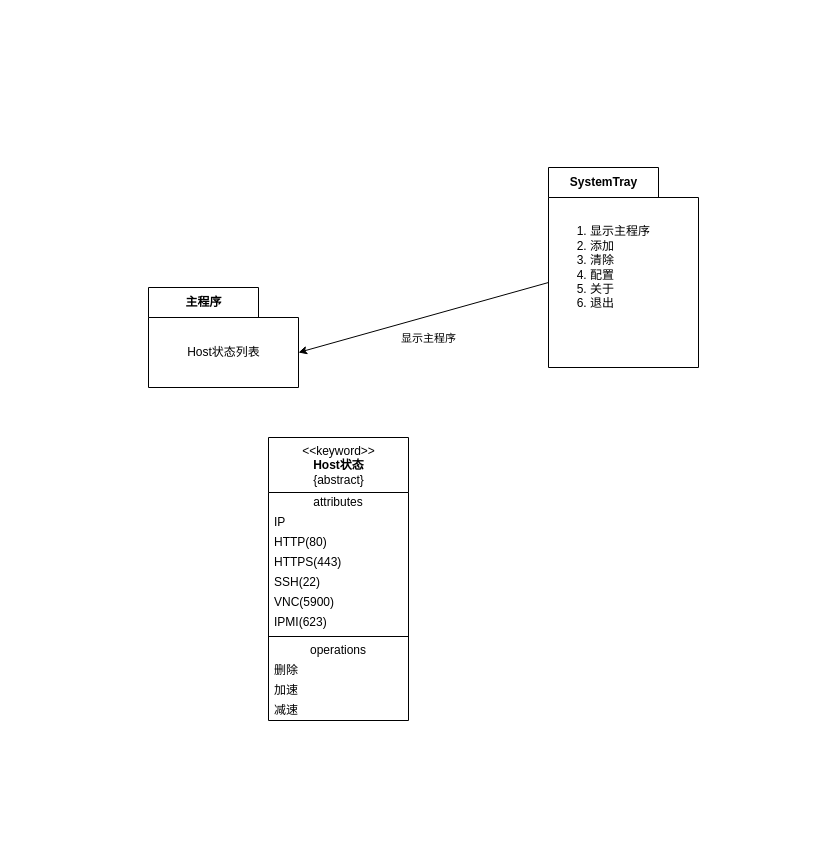
Above: doc/design.drawio in JeffLi01/monitorhosts (draw.io), before the change. Source tidied: cells renumbered, new cells numbered last; positions are measured from the earlier drawing's top-left corner, leaving out a move shared by most shapes. Both pictures are drawn from the tidied source at 100%, with x=0, y=0 at pixel (148, 167).
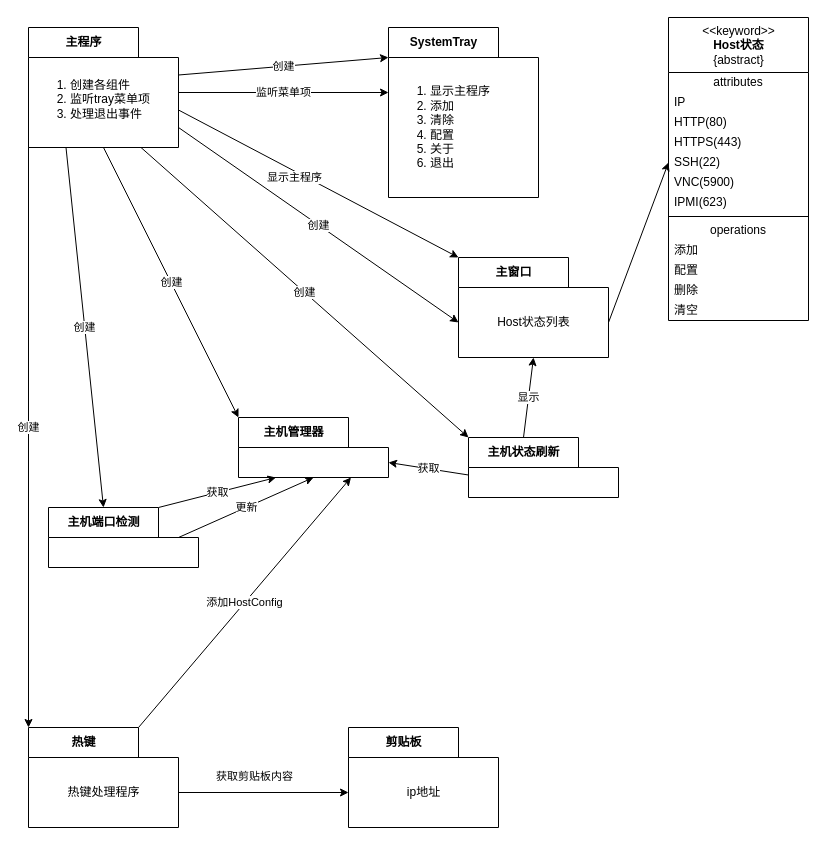
The same diagram, later.

Unchanged cells that the change refers to:
```xml
<mxCell id="13" value="SSH(22)" style="text;html=1;strokeColor=none;fillColor=none;align=left;verticalAlign=middle;spacingLeft=4;spacingRight=4;overflow=hidden;points=[[0,0.5],[1,0.5]];portConstraint=eastwest;" parent="8" vertex="1">
  <mxGeometry y="135" width="140" height="20" as="geometry" />
</mxCell>
```

The edit, as a diff of the source:
```diff
@@
+    <mxCell id="21" value="创建" style="edgeStyle=none;html=1;exitX=0.5;exitY=1;exitDx=0;exitDy=0;exitPerimeter=0;entryX=0;entryY=0;entryDx=0;entryDy=0;entryPerimeter=0;" parent="1" edge="1" source="2" target="39">
+      <mxGeometry relative="1" as="geometry" />
+    </mxCell>
+    <mxCell id="22" value="创建" style="edgeStyle=none;html=1;exitX=0;exitY=0;exitDx=150;exitDy=47.5;exitPerimeter=0;entryX=0;entryY=0;entryDx=0;entryDy=30;entryPerimeter=0;" parent="1" edge="1" source="2" target="6">
+      <mxGeometry relative="1" as="geometry" />
+    </mxCell>
+    <mxCell id="23" value="创建" style="edgeStyle=none;html=1;exitX=0;exitY=0;exitDx=150;exitDy=100;exitPerimeter=0;entryX=0;entryY=0;entryDx=0;entryDy=65;entryPerimeter=0;" parent="1" edge="1" source="2" target="37">
+      <mxGeometry relative="1" as="geometry" />
+    </mxCell>
+    <mxCell id="24" value="创建" style="edgeStyle=none;html=1;exitX=0;exitY=0;exitDx=0;exitDy=100;exitPerimeter=0;entryX=0;entryY=0;entryDx=0;entryDy=0;entryPerimeter=0;" parent="1" edge="1" source="2" target="32">
+      <mxGeometry relative="1" as="geometry" />
+    </mxCell>
+    <mxCell id="25" value="创建" style="html=1;exitX=0.25;exitY=1;exitDx=0;exitDy=0;exitPerimeter=0;entryX=0;entryY=0;entryDx=55;entryDy=0;entryPerimeter=0;" parent="1" edge="1" source="2" target="43">
+      <mxGeometry relative="1" as="geometry" />
+    </mxCell>
+    <mxCell id="26" value="创建" style="html=1;exitX=0.75;exitY=1;exitDx=0;exitDy=0;exitPerimeter=0;entryX=0;entryY=0;entryDx=0;entryDy=0;entryPerimeter=0;" parent="1" edge="1" source="2" target="47">
+      <mxGeometry relative="1" as="geometry" />
+    </mxCell>
+    <mxCell id="27" value="监听菜单项" style="edgeStyle=none;html=1;exitX=0;exitY=0;exitDx=150;exitDy=65;exitPerimeter=0;entryX=0;entryY=0;entryDx=0;entryDy=65;entryPerimeter=0;" parent="1" edge="1" source="2" target="6">
+      <mxGeometry relative="1" as="geometry" />
+    </mxCell>
     <mxCell id="2" value="主程序" style="shape=folder;fontStyle=1;tabWidth=110;tabHeight=30;tabPosition=left;html=1;boundedLbl=1;labelInHeader=1;" parent="1" vertex="1">
-      <mxGeometry y="120" width="150" height="100" as="geometry" />
+      <mxGeometry x="-120" y="-140" width="150" height="120" as="geometry" />
     </mxCell>
-    <mxCell id="3" value="Host状态列表" style="html=1;strokeColor=none;fillColor=none;" parent="2" vertex="1">
-      <mxGeometry width="150" height="70" relative="1" as="geometry">
+    <mxCell id="3" value="&lt;ol&gt;&lt;li&gt;创建各组件&lt;/li&gt;&lt;li&gt;监听tray菜单项&lt;/li&gt;&lt;li&gt;处理退出事件&lt;/li&gt;&lt;/ol&gt;" style="html=1;strokeColor=none;fillColor=none;align=left;" parent="2" vertex="1">
+      <mxGeometry width="150" height="84" relative="1" as="geometry">
         <mxPoint y="30" as="offset" />
       </mxGeometry>
     </mxCell>
-    <mxCell id="4" style="edgeStyle=none;html=1;exitX=0;exitY=0;exitDx=0;exitDy=115;exitPerimeter=0;entryX=0;entryY=0;entryDx=150;entryDy=65;entryPerimeter=0;" parent="1" edge="1" source="6" target="2">
+    <mxCell id="4" style="edgeStyle=none;html=1;exitX=0;exitY=0;exitDx=150;exitDy=82.5;exitPerimeter=0;entryX=0;entryY=0;entryDx=0;entryDy=0;entryPerimeter=0;" parent="1" edge="1" source="2" target="37">
       <mxGeometry relative="1" as="geometry" />
     </mxCell>
     <mxCell id="5" value="显示主程序" style="edgeLabel;html=1;align=center;verticalAlign=middle;" parent="4" vertex="1">
       <mxGeometry x="-0.17" y="-2" relative="1" as="geometry">
-        <mxPoint x="-16" y="28" as="offset" />
+        <mxPoint x="1" y="4" as="offset" />
       </mxGeometry>
     </mxCell>
     <mxCell id="6" value="SystemTray" style="shape=folder;fontStyle=1;tabWidth=110;tabHeight=30;tabPosition=left;html=1;boundedLbl=1;labelInHeader=1;" parent="1" vertex="1">
-      <mxGeometry x="400" width="150" height="200" as="geometry" />
+      <mxGeometry x="240" y="-140" width="150" height="170" as="geometry" />
     </mxCell>
@@
     <mxCell id="8" value="&amp;lt;&amp;lt;keyword&amp;gt;&amp;gt;&lt;br&gt;&lt;b&gt;Host状态&lt;/b&gt;&lt;br&gt;{abstract}" style="swimlane;fontStyle=0;align=center;verticalAlign=top;horizontal=1;startSize=55;html=1;" parent="1" vertex="1">
-      <mxGeometry x="120" y="270" width="140" height="283" as="geometry" />
+      <mxGeometry x="520" y="-150" width="140" height="303" as="geometry" />
     </mxCell>
@@
-    <mxCell id="18" value="删除" style="text;html=1;strokeColor=none;fillColor=none;align=left;verticalAlign=middle;spacingLeft=4;spacingRight=4;overflow=hidden;" parent="8" vertex="1">
+    <mxCell id="18" value="添加" style="text;html=1;strokeColor=none;fillColor=none;align=left;verticalAlign=middle;spacingLeft=4;spacingRight=4;overflow=hidden;" parent="8" vertex="1">
       <mxGeometry y="223" width="140" height="20" as="geometry" />
     </mxCell>
+    <mxCell id="20" value="配置" style="text;html=1;strokeColor=none;fillColor=none;align=left;verticalAlign=middle;spacingLeft=4;spacingRight=4;overflow=hidden;" parent="8" vertex="1">
+      <mxGeometry y="243" width="140" height="20" as="geometry" />
+    </mxCell>
-    <mxCell id="19" value="加速" style="text;html=1;strokeColor=none;fillColor=none;align=left;verticalAlign=middle;spacingLeft=4;spacingRight=4;overflow=hidden;" parent="8" vertex="1">
-      <mxGeometry y="243" width="140" height="20" as="geometry" />
+    <mxCell id="19" value="删除" style="text;html=1;strokeColor=none;fillColor=none;align=left;verticalAlign=middle;spacingLeft=4;spacingRight=4;overflow=hidden;" parent="8" vertex="1">
+      <mxGeometry y="263" width="140" height="20" as="geometry" />
     </mxCell>
-    <mxCell id="20" value="减速" style="text;html=1;strokeColor=none;fillColor=none;align=left;verticalAlign=middle;spacingLeft=4;spacingRight=4;overflow=hidden;" parent="8" vertex="1">
-      <mxGeometry y="263" width="140" height="20" as="geometry" />
-    </mxCell>
+    <mxCell id="28" value="清空" style="text;html=1;strokeColor=none;fillColor=none;align=left;verticalAlign=middle;spacingLeft=4;spacingRight=4;overflow=hidden;" parent="8" vertex="1">
+      <mxGeometry y="283" width="140" height="20" as="geometry" />
+    </mxCell>
+    <mxCell id="29" style="edgeStyle=none;html=1;exitX=0;exitY=0;exitDx=150;exitDy=65;exitPerimeter=0;entryX=0;entryY=0;entryDx=0;entryDy=65;entryPerimeter=0;" parent="1" edge="1" source="32" target="34">
+      <mxGeometry relative="1" as="geometry" />
+    </mxCell>
+    <mxCell id="30" value="获取剪贴板内容" style="edgeLabel;html=1;align=center;verticalAlign=middle;" parent="29" vertex="1">
+      <mxGeometry x="-0.22" y="1" relative="1" as="geometry">
+        <mxPoint x="9" y="-16" as="offset" />
+      </mxGeometry>
+    </mxCell>
+    <mxCell id="31" value="添加HostConfig" style="html=1;exitX=0;exitY=0;exitDx=110;exitDy=0;exitPerimeter=0;entryX=0.75;entryY=1;entryDx=0;entryDy=0;entryPerimeter=0;" parent="1" edge="1" source="32" target="39">
+      <mxGeometry relative="1" as="geometry" />
+    </mxCell>
+    <mxCell id="32" value="热键" style="shape=folder;fontStyle=1;tabWidth=110;tabHeight=30;tabPosition=left;html=1;boundedLbl=1;labelInHeader=1;" parent="1" vertex="1">
+      <mxGeometry x="-120" y="560" width="150" height="100" as="geometry" />
+    </mxCell>
+    <mxCell id="33" value="热键处理程序" style="html=1;strokeColor=none;fillColor=none;" parent="32" vertex="1">
+      <mxGeometry width="150" height="70" relative="1" as="geometry">
+        <mxPoint y="30" as="offset" />
+      </mxGeometry>
+    </mxCell>
+    <mxCell id="34" value="剪贴板" style="shape=folder;fontStyle=1;tabWidth=110;tabHeight=30;tabPosition=left;html=1;boundedLbl=1;labelInHeader=1;" parent="1" vertex="1">
+      <mxGeometry x="200" y="560" width="150" height="100" as="geometry" />
+    </mxCell>
+    <mxCell id="35" value="ip地址" style="html=1;strokeColor=none;fillColor=none;" parent="34" vertex="1">
+      <mxGeometry width="150" height="70" relative="1" as="geometry">
+        <mxPoint y="30" as="offset" />
+      </mxGeometry>
+    </mxCell>
+    <mxCell id="36" style="edgeStyle=none;html=1;exitX=0;exitY=0;exitDx=150;exitDy=65;exitPerimeter=0;entryX=0;entryY=0.5;entryDx=0;entryDy=0;" parent="1" edge="1" source="37" target="13">
+      <mxGeometry relative="1" as="geometry" />
+    </mxCell>
+    <mxCell id="37" value="主窗口" style="shape=folder;fontStyle=1;tabWidth=110;tabHeight=30;tabPosition=left;html=1;boundedLbl=1;labelInHeader=1;" parent="1" vertex="1">
+      <mxGeometry x="310" y="90" width="150" height="100" as="geometry" />
+    </mxCell>
+    <mxCell id="38" value="Host状态列表" style="html=1;strokeColor=none;fillColor=none;" parent="37" vertex="1">
+      <mxGeometry width="150" height="70" relative="1" as="geometry">
+        <mxPoint y="30" as="offset" />
+      </mxGeometry>
+    </mxCell>
+    <mxCell id="39" value="主机管理器" style="shape=folder;fontStyle=1;tabWidth=110;tabHeight=30;tabPosition=left;html=1;boundedLbl=1;labelInHeader=1;" parent="1" vertex="1">
+      <mxGeometry x="90" y="250" width="150" height="60" as="geometry" />
+    </mxCell>
+    <mxCell id="40" style="html=1;strokeColor=none;fillColor=none;" parent="39" vertex="1">
+      <mxGeometry width="150" height="42" relative="1" as="geometry">
+        <mxPoint y="30" as="offset" />
+      </mxGeometry>
+    </mxCell>
+    <mxCell id="41" value="获取" style="edgeStyle=none;html=1;exitX=0;exitY=0;exitDx=110;exitDy=0;exitPerimeter=0;entryX=0.25;entryY=1;entryDx=0;entryDy=0;entryPerimeter=0;" parent="1" edge="1" source="43" target="39">
+      <mxGeometry relative="1" as="geometry" />
+    </mxCell>
+    <mxCell id="42" value="更新" style="edgeStyle=none;html=1;exitX=0;exitY=0;exitDx=130;exitDy=30;exitPerimeter=0;entryX=0.5;entryY=1;entryDx=0;entryDy=0;entryPerimeter=0;" parent="1" edge="1" source="43" target="39">
+      <mxGeometry relative="1" as="geometry" />
+    </mxCell>
+    <mxCell id="43" value="主机端口检测" style="shape=folder;fontStyle=1;tabWidth=110;tabHeight=30;tabPosition=left;html=1;boundedLbl=1;labelInHeader=1;" parent="1" vertex="1">
+      <mxGeometry x="-100" y="340" width="150" height="60" as="geometry" />
+    </mxCell>
+    <mxCell id="44" style="html=1;strokeColor=none;fillColor=none;" parent="43" vertex="1">
+      <mxGeometry width="150" height="42" relative="1" as="geometry">
+        <mxPoint y="30" as="offset" />
+      </mxGeometry>
+    </mxCell>
+    <mxCell id="45" value="获取" style="edgeStyle=none;html=1;exitX=0;exitY=0;exitDx=0;exitDy=37.5;exitPerimeter=0;entryX=0;entryY=0;entryDx=150;entryDy=45;entryPerimeter=0;" parent="1" edge="1" source="47" target="39">
+      <mxGeometry relative="1" as="geometry" />
+    </mxCell>
+    <mxCell id="46" value="显示" style="edgeStyle=none;html=1;exitX=0;exitY=0;exitDx=55;exitDy=0;exitPerimeter=0;entryX=0.5;entryY=1;entryDx=0;entryDy=0;entryPerimeter=0;" parent="1" edge="1" source="47" target="37">
+      <mxGeometry relative="1" as="geometry" />
+    </mxCell>
+    <mxCell id="47" value="主机状态刷新" style="shape=folder;fontStyle=1;tabWidth=110;tabHeight=30;tabPosition=left;html=1;boundedLbl=1;labelInHeader=1;" parent="1" vertex="1">
+      <mxGeometry x="320" y="270" width="150" height="60" as="geometry" />
+    </mxCell>
+    <mxCell id="48" style="html=1;strokeColor=none;fillColor=none;" parent="47" vertex="1">
+      <mxGeometry width="150" height="42" relative="1" as="geometry">
+        <mxPoint y="30" as="offset" />
+      </mxGeometry>
+    </mxCell>
```
